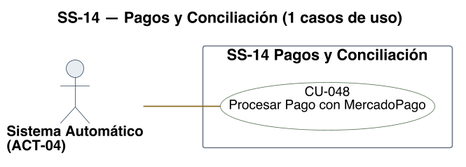
Earlier version of the PlantUML export diagramas/uml/CU_SS-14_Pagos-Y-Conciliacion.png (Nahuelito-Dev/splg-docs).
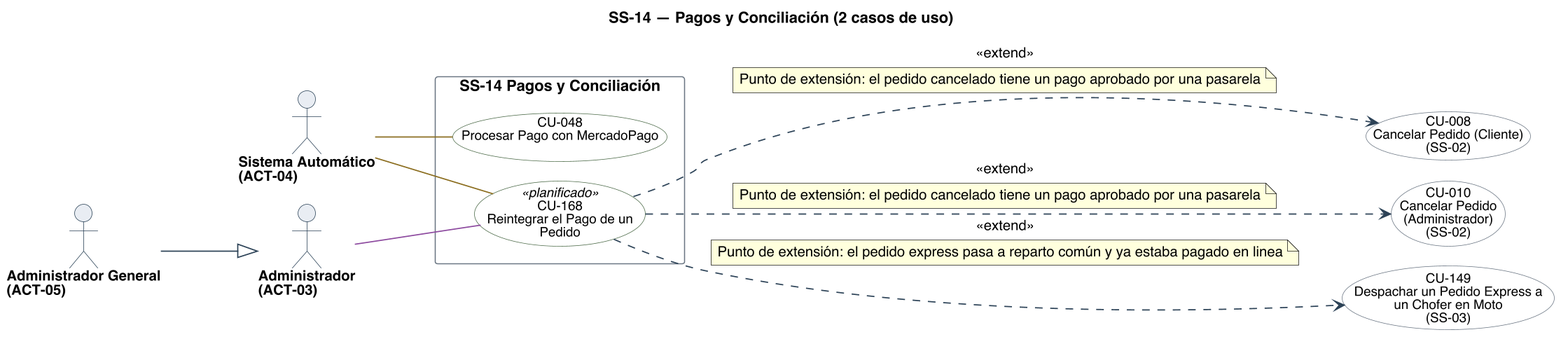
Later version of the same file.

Change to the diagram source:
```diff
@@ -1,5 +1,5 @@
 @startuml
-title SS-14 — Pagos y Conciliación (1 casos de uso)
+title SS-14 — Pagos y Conciliación (2 casos de uso)
 left to right direction
 skinparam backgroundColor #FFFFFF
 skinparam shadowing false
@@ -28,18 +28,41 @@
 skinparam nodesep 18
 skinparam ranksep 70
 skinparam usecase {
-  BorderColor<<pendiente>> #9C4436
-  BackgroundColor<<pendiente>> #F6E4E1
+  BorderColor<<planificado>> #9C4436
+  BackgroundColor<<planificado>> #F6E4E1
   BorderColor<<factorizado>> #6B7683
   BackgroundColor<<factorizado>> #F2F4F6
 }
 
+actor "Administrador\n(ACT-03)" as A03
 actor "Sistema Automático\n(ACT-04)" as A04
+actor "Administrador General\n(ACT-05)" as A05
 
 rectangle "SS-14 Pagos y Conciliación" {
   usecase "CU-048\nProcesar Pago con MercadoPago" as U048 #back:FFFFFF;line:4E6B4A
+  usecase "CU-168\nReintegrar el Pago de un\nPedido" as U168 <<planificado>> #back:FFFFFF;line:4E6B4A
 }
 
+usecase "CU-008\nCancelar Pedido (Cliente)\n(SS-02)" as U008 #back:FFFFFF;line:6B7683
+usecase "CU-010\nCancelar Pedido\n(Administrador)\n(SS-02)" as U010 #back:FFFFFF;line:6B7683
+usecase "CU-149\nDespachar un Pedido Express a\nun Chofer en Moto\n(SS-03)" as U149 #back:FFFFFF;line:6B7683
+
+A03 -[#8C4A9E]- U168
 A04 -[#8A6D1F]- U048
+A04 -[#8A6D1F]- U168
+A05 --|> A03
+
+U168 ..> U008 : <<extend>>
+note on link
+  Punto de extensión: el pedido cancelado tiene un pago aprobado por una pasarela
+end note
+U168 ..> U010 : <<extend>>
+note on link
+  Punto de extensión: el pedido cancelado tiene un pago aprobado por una pasarela
+end note
+U168 ..> U149 : <<extend>>
+note on link
+  Punto de extensión: el pedido express pasa a reparto común y ya estaba pagado en linea
+end note
 
 @enduml
```
